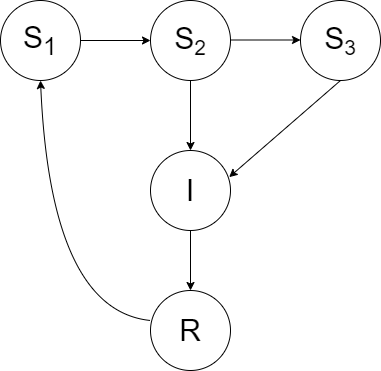
Before: model.png, a diagram exported from draw.io (ericch99/gme-pomp). Source tidied: cells renumbered, new cells last; positions are measured from the earlier drawing's top-left corner, leaving out a move shared by most shapes.
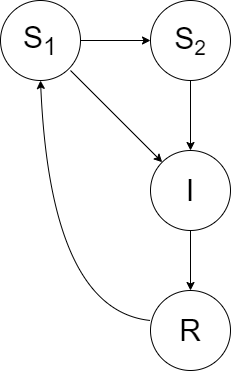
After the change.

Commit message:
added mathematical formulation of model

What changed in the source:
```diff
@@ -8,9 +8,6 @@
     <mxCell id="3" value="&lt;font style=&quot;font-size: 30px&quot;&gt;S&lt;/font&gt;&lt;font style=&quot;font-size: 25px&quot;&gt;&lt;sub&gt;2&lt;/sub&gt;&lt;/font&gt;" style="ellipse;whiteSpace=wrap;html=1;" parent="1" vertex="1">
       <mxGeometry x="150" width="80" height="80" as="geometry" />
     </mxCell>
-    <mxCell id="4" value="&lt;font style=&quot;font-size: 30px&quot;&gt;S&lt;/font&gt;&lt;font style=&quot;font-size: 25px&quot;&gt;&lt;sub&gt;3&lt;/sub&gt;&lt;/font&gt;" style="ellipse;whiteSpace=wrap;html=1;" parent="1" vertex="1">
-      <mxGeometry x="300" width="80" height="80" as="geometry" />
-    </mxCell>
     <mxCell id="5" value="&lt;span style=&quot;font-size: 30px&quot;&gt;I&lt;/span&gt;" style="ellipse;whiteSpace=wrap;html=1;" parent="1" vertex="1">
       <mxGeometry x="150" y="150" width="80" height="80" as="geometry" />
     </mxCell>
@@ -22,12 +19,6 @@
         <mxPoint x="80" y="40" as="sourcePoint" />
       </mxGeometry>
     </mxCell>
-    <mxCell id="8" style="endArrow=classic;html=1;entryX=0;entryY=0.5;entryDx=0;entryDy=0;" parent="1" edge="1">
-      <mxGeometry relative="1" as="geometry">
-        <mxPoint x="230" y="39.5" as="sourcePoint" />
-        <mxPoint x="300" y="39.5" as="targetPoint" />
-      </mxGeometry>
-    </mxCell>
     <mxCell id="9" style="endArrow=classic;html=1;entryX=0.5;entryY=0;entryDx=0;entryDy=0;" parent="1" edge="1" target="5">
       <mxGeometry relative="1" as="geometry">
         <mxPoint x="190" y="80" as="sourcePoint" />
@@ -45,8 +36,10 @@
         </Array>
       </mxGeometry>
     </mxCell>
-    <mxCell id="12" style="endArrow=classic;html=1;exitX=0.5;exitY=1;exitDx=0;exitDy=0;entryX=0.983;entryY=0.333;entryDx=0;entryDy=0;entryPerimeter=0;" parent="1" edge="1" source="4" target="5">
-      <mxGeometry relative="1" as="geometry" />
-    </mxCell>
+    <mxCell id="13" style="endArrow=classic;html=1;entryX=0;entryY=0;entryDx=0;entryDy=0;" parent="1" edge="1" target="5">
+      <mxGeometry relative="1" as="geometry">
+        <mxPoint x="70" y="70" as="sourcePoint" />
+      </mxGeometry>
+    </mxCell>
   </root>
 </mxGraphModel>
```
